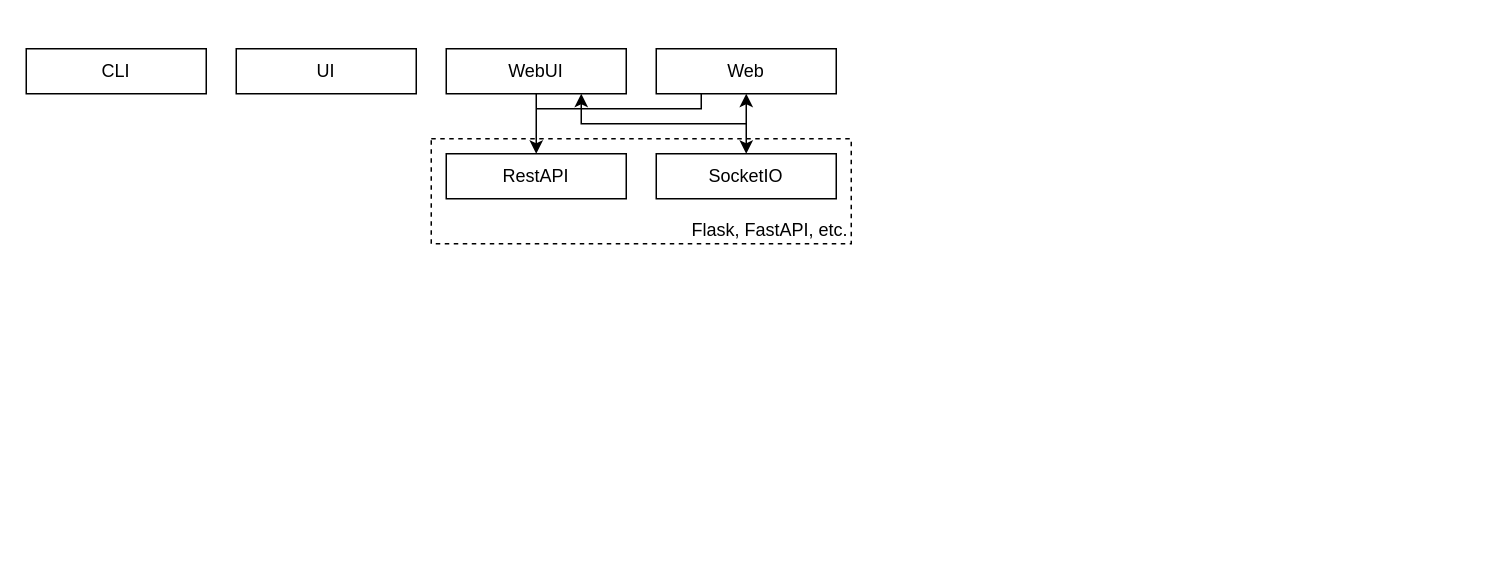
This is roop.drawio from K1llMan/roop-diagram, a draw.io file, before an edit. Source tidied: cells renumbered, new cells numbered last; positions are measured from the earlier drawing's top-left corner, leaving out a move shared by most shapes. Both pictures are drawn from the tidied source at 150%, with x=0, y=0 at pixel (26, 48).
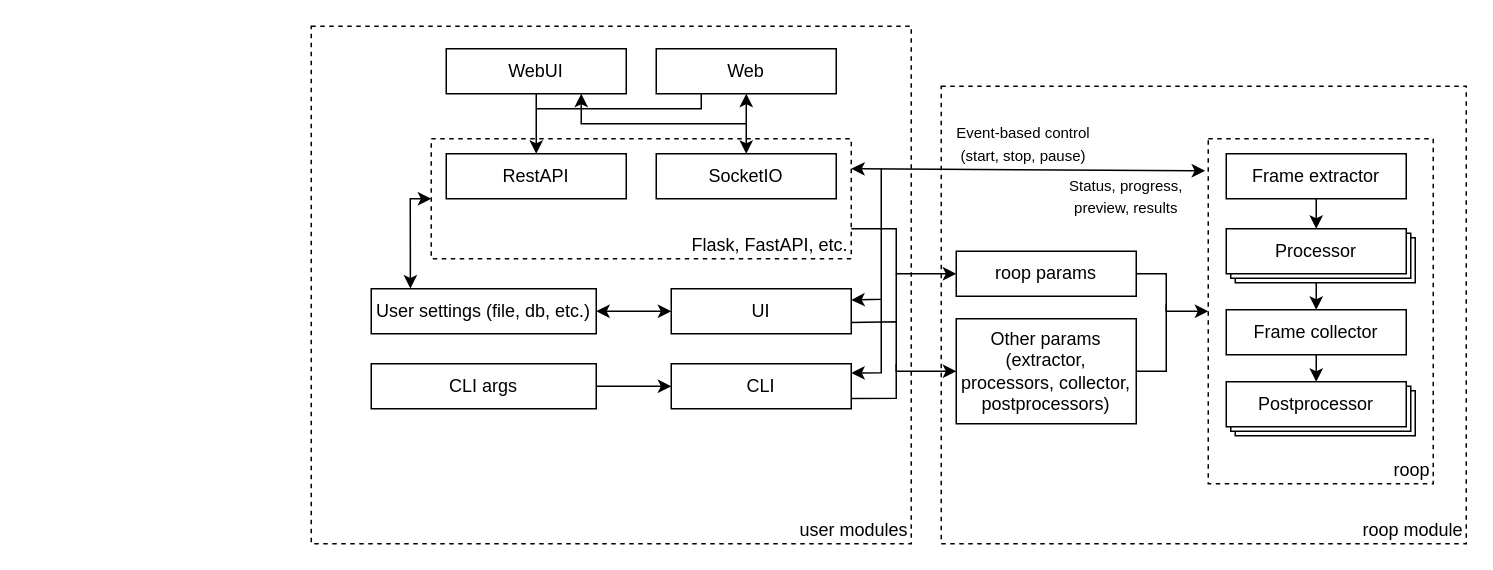
The same diagram, later.

What changed in the source:
```diff
@@
+    <mxCell id="13" value="roop module" style="rounded=0;whiteSpace=wrap;html=1;fillColor=none;dashed=1;verticalAlign=bottom;align=right;" parent="1" vertex="1">
+      <mxGeometry x="610" y="25" width="350" height="305" as="geometry" />
+    </mxCell>
+    <mxCell id="14" value="user modules" style="rounded=0;whiteSpace=wrap;html=1;fillColor=none;dashed=1;verticalAlign=bottom;align=right;" parent="1" vertex="1">
+      <mxGeometry x="190" y="-15" width="400" height="345" as="geometry" />
+    </mxCell>
+    <mxCell id="15" style="rounded=0;whiteSpace=wrap;html=1;" parent="1" vertex="1">
+      <mxGeometry x="806" y="228" width="120" height="30" as="geometry" />
+    </mxCell>
+    <mxCell id="16" style="rounded=0;whiteSpace=wrap;html=1;" parent="1" vertex="1">
+      <mxGeometry x="803" y="225" width="120" height="30" as="geometry" />
+    </mxCell>
+    <mxCell id="17" value="roop" style="rounded=0;whiteSpace=wrap;html=1;dashed=1;align=right;verticalAlign=bottom;fillColor=none;" parent="1" vertex="1">
+      <mxGeometry x="788" y="60" width="150" height="230" as="geometry" />
+    </mxCell>
+    <mxCell id="18" style="rounded=0;whiteSpace=wrap;html=1;" parent="1" vertex="1">
+      <mxGeometry x="806" y="126" width="120" height="30" as="geometry" />
+    </mxCell>
+    <mxCell id="19" style="rounded=0;whiteSpace=wrap;html=1;" parent="1" vertex="1">
+      <mxGeometry x="803" y="123" width="120" height="30" as="geometry" />
+    </mxCell>
     <mxCell id="2" value="CLI" style="rounded=0;whiteSpace=wrap;html=1;" parent="1" vertex="1">
-      <mxGeometry width="120" height="30" as="geometry" />
+      <mxGeometry x="430" y="210" width="120" height="30" as="geometry" />
     </mxCell>
     <mxCell id="3" value="UI" style="rounded=0;whiteSpace=wrap;html=1;" parent="1" vertex="1">
-      <mxGeometry x="140" width="120" height="30" as="geometry" />
+      <mxGeometry x="430" y="160" width="120" height="30" as="geometry" />
     </mxCell>
@@
     <mxCell id="8" value="Flask, FastAPI, etc." style="rounded=0;whiteSpace=wrap;html=1;dashed=1;fillColor=none;align=right;verticalAlign=bottom;" parent="1" vertex="1">
-      <mxGeometry x="270" y="60" width="280" height="70" as="geometry" />
+      <mxGeometry x="270" y="60" width="280" height="80" as="geometry" />
     </mxCell>
@@
+    <mxCell id="20" value="CLI args" style="rounded=0;whiteSpace=wrap;html=1;" parent="1" vertex="1">
+      <mxGeometry x="230" y="210" width="150" height="30" as="geometry" />
+    </mxCell>
+    <mxCell id="21" style="endArrow=classic;html=1;rounded=0;exitX=1;exitY=0.5;exitDx=0;exitDy=0;entryX=0;entryY=0.5;entryDx=0;entryDy=0;" parent="1" edge="1" source="20" target="2">
+      <mxGeometry relative="1" as="geometry" />
+    </mxCell>
+    <mxCell id="22" value="User settings (file, db, etc.)" style="rounded=0;whiteSpace=wrap;html=1;" parent="1" vertex="1">
+      <mxGeometry x="230" y="160" width="150" height="30" as="geometry" />
+    </mxCell>
+    <mxCell id="23" style="endArrow=classic;html=1;rounded=0;exitX=1;exitY=0.5;exitDx=0;exitDy=0;entryX=0;entryY=0.5;entryDx=0;entryDy=0;startArrow=classic;startFill=1;" parent="1" edge="1" source="22" target="3">
+      <mxGeometry relative="1" as="geometry" />
+    </mxCell>
+    <mxCell id="24" value="roop params" style="rounded=0;whiteSpace=wrap;html=1;" parent="1" vertex="1">
+      <mxGeometry x="620" y="135" width="120" height="30" as="geometry" />
+    </mxCell>
+    <mxCell id="25" value="Other params (extractor, processors, collector, postprocessors)" style="rounded=0;whiteSpace=wrap;html=1;" parent="1" vertex="1">
+      <mxGeometry x="620" y="180" width="120" height="70" as="geometry" />
+    </mxCell>
+    <mxCell id="26" style="endArrow=classic;html=1;rounded=0;exitX=1;exitY=0.75;exitDx=0;exitDy=0;entryX=0;entryY=0.5;entryDx=0;entryDy=0;" parent="1" edge="1" source="8" target="24">
+      <mxGeometry relative="1" as="geometry">
+        <Array as="points">
+          <mxPoint x="580" y="120" />
+          <mxPoint x="580" y="150" />
+        </Array>
+      </mxGeometry>
+    </mxCell>
+    <mxCell id="27" style="endArrow=classic;html=1;rounded=0;exitX=1;exitY=0.75;exitDx=0;exitDy=0;entryX=0;entryY=0.5;entryDx=0;entryDy=0;" parent="1" edge="1" source="3" target="25">
+      <mxGeometry relative="1" as="geometry">
+        <Array as="points">
+          <mxPoint x="580" y="182" />
+          <mxPoint x="580" y="215" />
+        </Array>
+      </mxGeometry>
+    </mxCell>
+    <mxCell id="28" style="endArrow=none;html=1;rounded=0;exitX=1.001;exitY=0.77;exitDx=0;exitDy=0;exitPerimeter=0;" parent="1" edge="1" source="2">
+      <mxGeometry relative="1" as="geometry">
+        <mxPoint x="580" y="210" as="targetPoint" />
+        <Array as="points">
+          <mxPoint x="580" y="233" />
+        </Array>
+      </mxGeometry>
+    </mxCell>
+    <mxCell id="29" style="endArrow=none;html=1;rounded=0;" parent="1" edge="1">
+      <mxGeometry relative="1" as="geometry">
+        <mxPoint x="580" y="182" as="sourcePoint" />
+        <mxPoint x="580" y="150" as="targetPoint" />
+      </mxGeometry>
+    </mxCell>
+    <mxCell id="30" style="endArrow=classic;html=1;rounded=0;entryX=0;entryY=0.5;entryDx=0;entryDy=0;exitX=1;exitY=0.5;exitDx=0;exitDy=0;" parent="1" edge="1" source="24" target="17">
+      <mxGeometry relative="1" as="geometry">
+        <Array as="points">
+          <mxPoint x="760" y="150" />
+          <mxPoint x="760" y="175" />
+        </Array>
+      </mxGeometry>
+    </mxCell>
+    <mxCell id="31" style="endArrow=none;html=1;rounded=0;exitX=1;exitY=0.5;exitDx=0;exitDy=0;" parent="1" edge="1" source="25">
+      <mxGeometry relative="1" as="geometry">
+        <mxPoint x="760" y="170" as="targetPoint" />
+        <Array as="points">
+          <mxPoint x="760" y="215" />
+        </Array>
+      </mxGeometry>
+    </mxCell>
+    <mxCell id="32" value="Frame extractor" style="rounded=0;whiteSpace=wrap;html=1;" parent="1" vertex="1">
+      <mxGeometry x="800" y="70" width="120" height="30" as="geometry" />
+    </mxCell>
+    <mxCell id="33" value="Processor" style="rounded=0;whiteSpace=wrap;html=1;" parent="1" vertex="1">
+      <mxGeometry x="800" y="120" width="120" height="30" as="geometry" />
+    </mxCell>
+    <mxCell id="34" value="Frame collector" style="rounded=0;whiteSpace=wrap;html=1;" parent="1" vertex="1">
+      <mxGeometry x="800" y="174" width="120" height="30" as="geometry" />
+    </mxCell>
+    <mxCell id="35" value="Postprocessor" style="rounded=0;whiteSpace=wrap;html=1;" parent="1" vertex="1">
+      <mxGeometry x="800" y="222" width="120" height="30" as="geometry" />
+    </mxCell>
+    <mxCell id="36" style="endArrow=classic;html=1;rounded=0;exitX=0.5;exitY=1;exitDx=0;exitDy=0;entryX=0.5;entryY=0;entryDx=0;entryDy=0;" parent="1" edge="1" source="32" target="33">
+      <mxGeometry relative="1" as="geometry" />
+    </mxCell>
+    <mxCell id="37" style="endArrow=classic;html=1;rounded=0;exitX=0.5;exitY=1;exitDx=0;exitDy=0;entryX=0.5;entryY=0;entryDx=0;entryDy=0;" parent="1" edge="1" target="34">
+      <mxGeometry relative="1" as="geometry">
+        <mxPoint x="860" y="156" as="sourcePoint" />
+      </mxGeometry>
+    </mxCell>
+    <mxCell id="38" style="endArrow=classic;html=1;rounded=0;entryX=0.5;entryY=0;entryDx=0;entryDy=0;exitX=0.5;exitY=1;exitDx=0;exitDy=0;" parent="1" edge="1" source="34" target="35">
+      <mxGeometry relative="1" as="geometry" />
+    </mxCell>
+    <mxCell id="39" style="endArrow=classic;startArrow=classic;html=1;rounded=0;entryX=-0.014;entryY=0.093;entryDx=0;entryDy=0;entryPerimeter=0;exitX=1;exitY=0.25;exitDx=0;exitDy=0;" parent="1" edge="1" source="8" target="17">
+      <mxGeometry relative="1" as="geometry" />
+    </mxCell>
+    <mxCell id="40" style="endArrow=classic;html=1;rounded=0;entryX=1;entryY=0.25;entryDx=0;entryDy=0;" parent="1" edge="1" target="3">
+      <mxGeometry relative="1" as="geometry">
+        <mxPoint x="570" y="80" as="sourcePoint" />
+        <Array as="points">
+          <mxPoint x="570" y="167" />
+        </Array>
+      </mxGeometry>
+    </mxCell>
+    <mxCell id="41" style="endArrow=classic;html=1;rounded=0;entryX=1;entryY=0.341;entryDx=0;entryDy=0;entryPerimeter=0;" parent="1" edge="1">
+      <mxGeometry relative="1" as="geometry">
+        <mxPoint x="570" y="167" as="sourcePoint" />
+        <mxPoint x="550" y="216.2" as="targetPoint" />
+        <Array as="points">
+          <mxPoint x="570" y="216" />
+        </Array>
+      </mxGeometry>
+    </mxCell>
+    <mxCell id="42" value="&lt;font style=&quot;font-size: 10px;&quot;&gt;Status, progress, preview, results&lt;/font&gt;" style="text;html=1;strokeColor=none;fillColor=none;align=center;verticalAlign=middle;whiteSpace=wrap;rounded=0;" parent="1" vertex="1">
+      <mxGeometry x="690" y="85" width="87" height="25" as="geometry" />
+    </mxCell>
+    <mxCell id="43" style="endArrow=classic;startArrow=classic;html=1;rounded=0;exitX=0.174;exitY=-0.005;exitDx=0;exitDy=0;exitPerimeter=0;entryX=0;entryY=0.5;entryDx=0;entryDy=0;" parent="1" edge="1" source="22" target="8">
+      <mxGeometry relative="1" as="geometry">
+        <Array as="points">
+          <mxPoint x="256" y="100" />
+        </Array>
+      </mxGeometry>
+    </mxCell>
+    <mxCell id="44" value="&lt;span style=&quot;font-size: 10px;&quot;&gt;Event-based control (start, stop, pause)&lt;/span&gt;" style="text;html=1;strokeColor=none;fillColor=none;align=center;verticalAlign=middle;whiteSpace=wrap;rounded=0;" parent="1" vertex="1">
+      <mxGeometry x="610" y="55" width="110" height="15" as="geometry" />
+    </mxCell>
```
